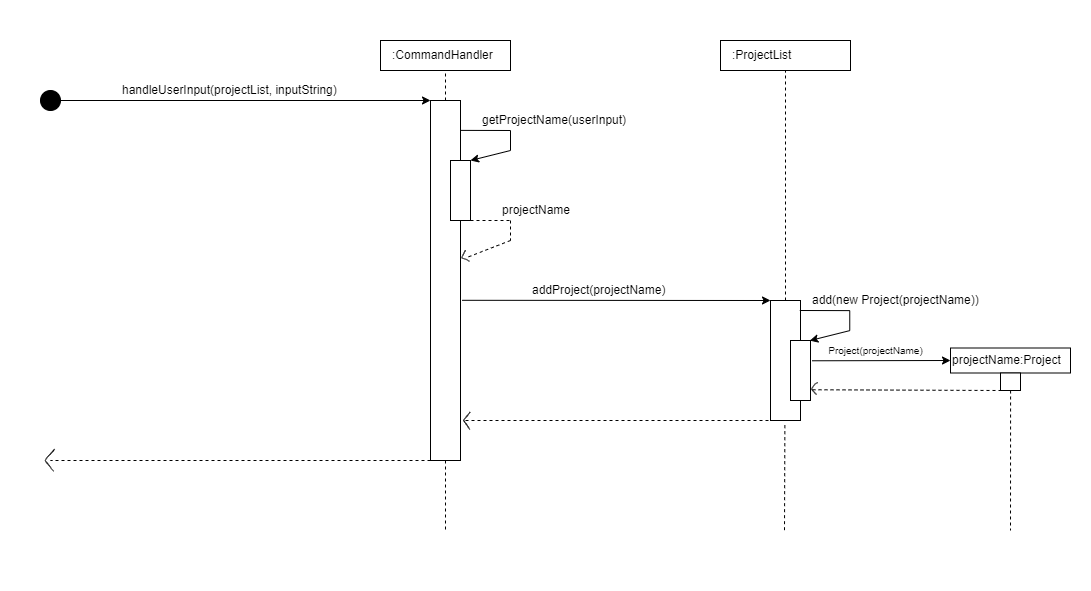
Above: docs/UmlDiagrams/addProject.png in nus-cs2113-AY2122S2/tp (draw.io), before the change. Source tidied: cells renumbered, new cells last; positions are measured from the earlier drawing's top-left corner, leaving out a move shared by most shapes.
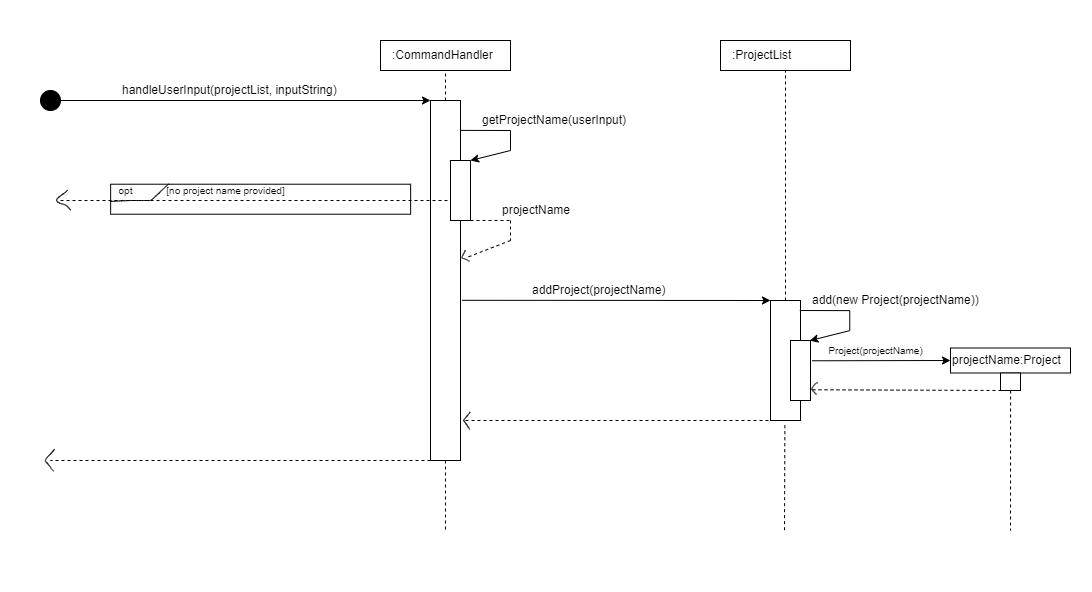
The same file after the commit.

What changed in the source:
```diff
@@ -182,6 +182,30 @@
         <mxPoint x="1010" y="530" as="targetPoint" />
       </mxGeometry>
     </mxCell>
+    <mxCell id="50" style="rounded=0;whiteSpace=wrap;html=1;fontFamily=Helvetica;fontSize=10;fillColor=none;" parent="1" vertex="1">
+      <mxGeometry x="110.1" y="183.7" width="300" height="30" as="geometry" />
+    </mxCell>
+    <mxCell id="51" style="shape=(stored shape, 340 characters);fillColor=none;fontFamily=Helvetica;fontSize=10;" parent="1" vertex="1">
+      <mxGeometry x="110" y="200" width="39.7" height="0.9" as="geometry" />
+    </mxCell>
+    <mxCell id="52" style="shape=(stored shape, 588 characters);fillColor=none;fontFamily=Helvetica;fontSize=10;" parent="1" vertex="1">
+      <mxGeometry x="150" y="183.4" width="18.7" height="16.6" as="geometry" />
+    </mxCell>
+    <mxCell id="53" value="opt" style="text;html=1;align=center;verticalAlign=middle;fillColor=none;strokeColor=none;rounded=0;fontFamily=Helvetica;fontSize=10;" parent="1" vertex="1">
+      <mxGeometry x="110" y="180" width="30" height="20" as="geometry" />
+    </mxCell>
+    <mxCell id="54" value="[no project name provided]" style="text;html=1;align=center;verticalAlign=middle;fillColor=none;strokeColor=none;rounded=0;fontFamily=Helvetica;fontSize=10;" parent="1" vertex="1">
+      <mxGeometry x="160.1" y="180" width="130" height="20" as="geometry" />
+    </mxCell>
+    <mxCell id="55" style="endArrow=none;dashed=1;html=1;rounded=0;fontFamily=Helvetica;fontSize=10;" parent="1" edge="1">
+      <mxGeometry relative="1" as="geometry">
+        <mxPoint x="60" y="200" as="sourcePoint" />
+        <mxPoint x="450" y="200" as="targetPoint" />
+      </mxGeometry>
+    </mxCell>
+    <mxCell id="56" style="shape=(stored shape, 536 characters);fillColor=none;fontFamily=Helvetica;fontSize=10;" parent="1" vertex="1">
+      <mxGeometry x="55.9" y="189.5" width="14.4" height="20.4" as="geometry" />
+    </mxCell>
     <mxCell id="49" value="Untitled Layer" parent="0" />
   </root>
 </mxGraphModel>
```
